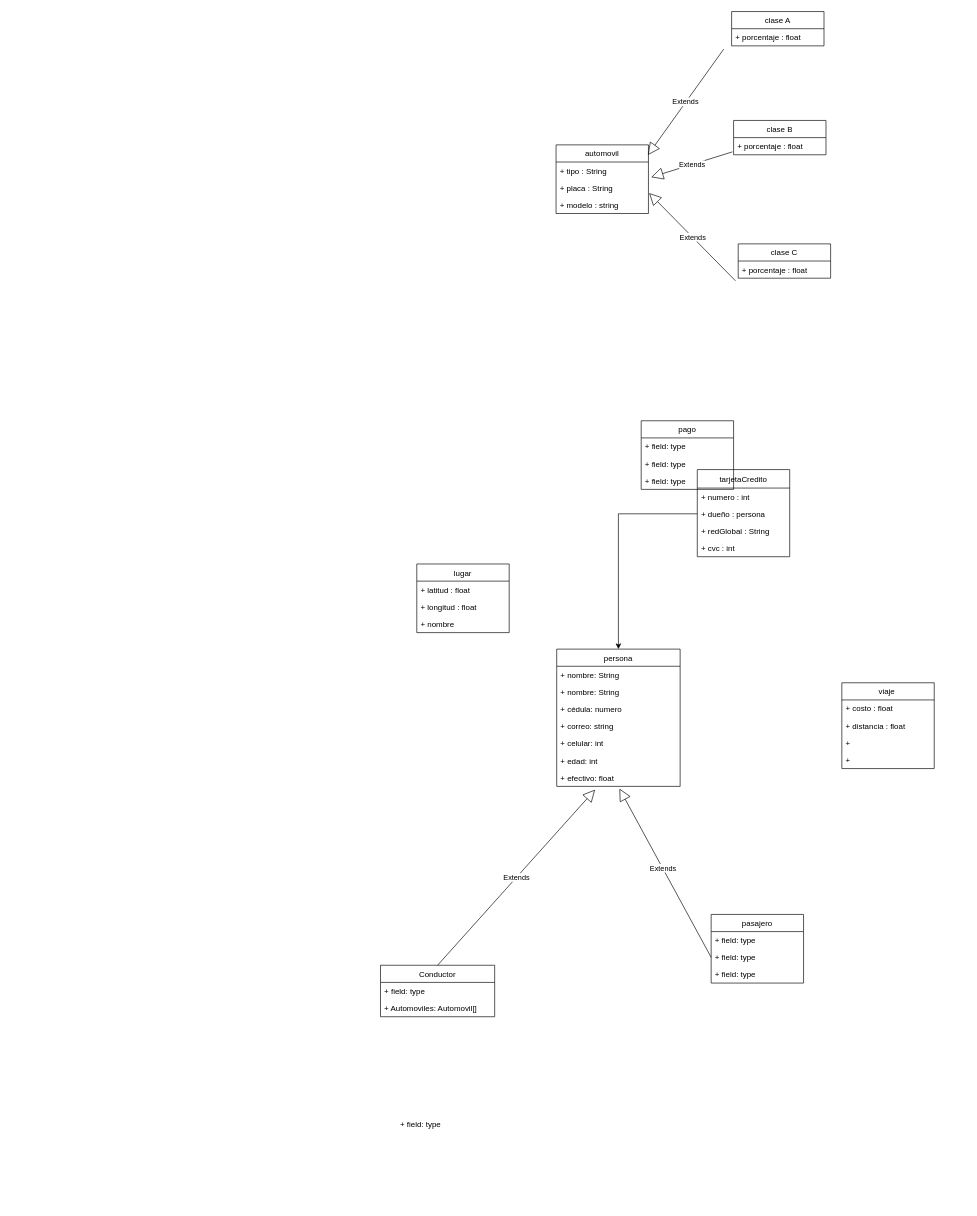
The draw.io diagram Untitled Diagram.drawio in DPOO2022-1-SEC04-G08/Taller2, before the edit. Source tidied: cells renumbered, new cells numbered last; positions are measured from the earlier drawing's top-left corner, leaving out a move shared by most shapes. Both pictures are drawn from the tidied source at 66%, with x=0, y=0 at pixel (380, 11).
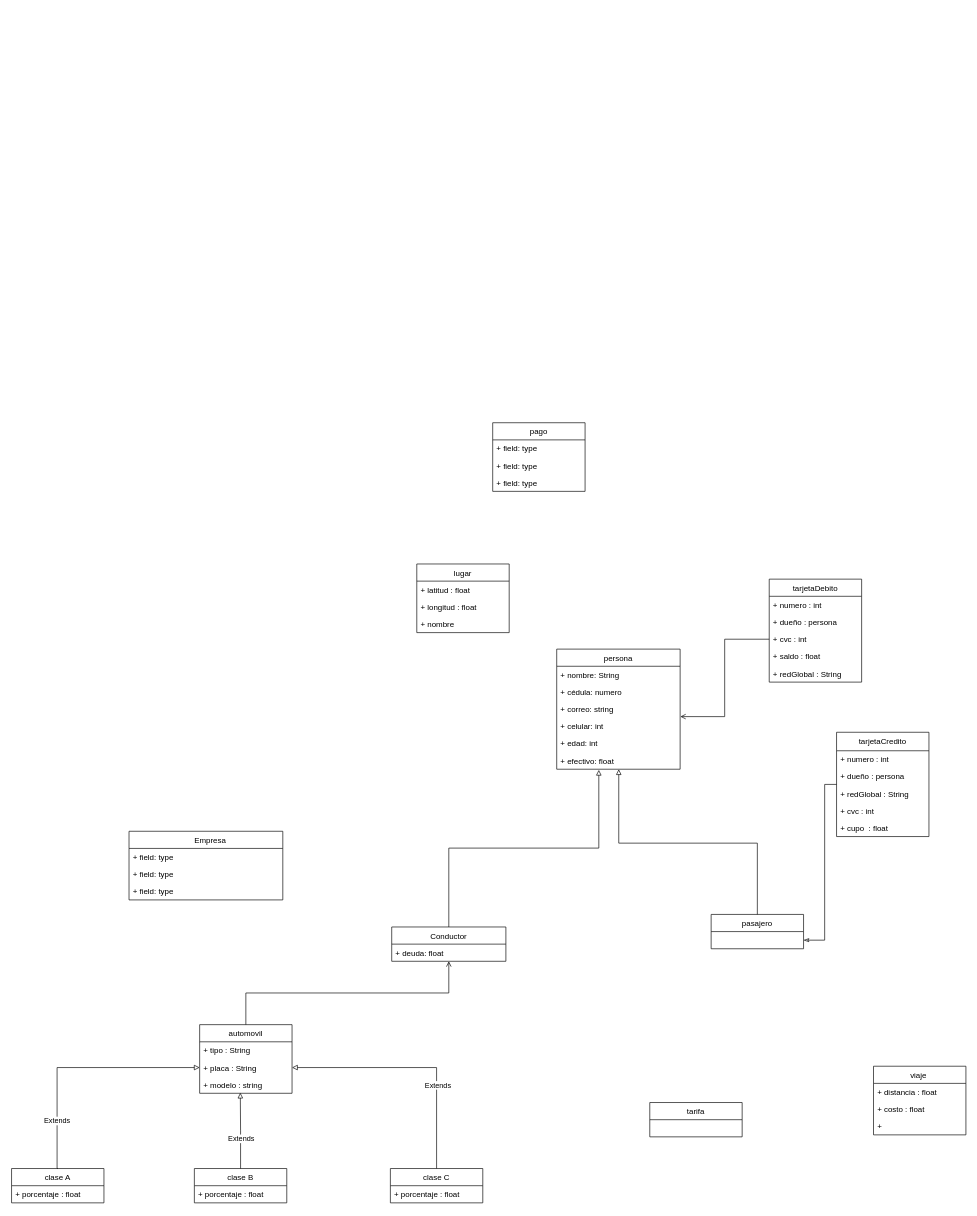
The same page after the edit.

The change refers to these unchanged cells:
```xml
<mxCell id="21" value="+ dueño : persona" style="text;strokeColor=none;fillColor=none;align=left;verticalAlign=top;spacingLeft=4;spacingRight=4;overflow=hidden;points=[[0,0.5],[1,0.5]];portConstraint=eastwest;" parent="19" vertex="1">
  <mxGeometry y="54" width="140" height="26" as="geometry" />
</mxCell>
<mxCell id="41" value="+ placa : String" style="text;strokeColor=none;fillColor=none;align=left;verticalAlign=top;spacingLeft=4;spacingRight=4;overflow=hidden;points=[[0,0.5],[1,0.5]];portConstraint=eastwest;" parent="39" vertex="1">
  <mxGeometry y="52" width="140" height="26" as="geometry" />
</mxCell>
<mxCell id="42" value="+ modelo : string " style="text;strokeColor=none;fillColor=none;align=left;verticalAlign=top;spacingLeft=4;spacingRight=4;overflow=hidden;points=[[0,0.5],[1,0.5]];portConstraint=eastwest;" parent="39" vertex="1">
  <mxGeometry y="78" width="140" height="26" as="geometry" />
</mxCell>
```

Diff of the diagram source:
```diff
@@
     <mxCell id="2" value="viaje " style="swimlane;fontStyle=0;horizontal=1;startSize=26;fillColor=none;" parent="1" vertex="1">
-      <mxGeometry x="699" y="1017" width="140" height="130" as="geometry" />
+      <mxGeometry x="747" y="1598" width="140" height="104" as="geometry" />
     </mxCell>
+    <mxCell id="4" value="+ distancia : float" style="text;strokeColor=none;fillColor=none;align=left;verticalAlign=top;spacingLeft=4;spacingRight=4;overflow=hidden;" parent="2" vertex="1">
+      <mxGeometry y="26" width="140" height="26" as="geometry" />
+    </mxCell>
     <mxCell id="3" value="+ costo : float&#10;" style="text;strokeColor=none;fillColor=none;align=left;verticalAlign=top;spacingLeft=4;spacingRight=4;overflow=hidden;" parent="2" vertex="1">
-      <mxGeometry y="26" width="140" height="26" as="geometry" />
+      <mxGeometry y="52" width="140" height="26" as="geometry" />
     </mxCell>
-    <mxCell id="4" value="+ distancia : float" style="text;strokeColor=none;fillColor=none;align=left;verticalAlign=top;spacingLeft=4;spacingRight=4;overflow=hidden;" parent="2" vertex="1">
-      <mxGeometry y="52" width="140" height="26" as="geometry" />
-    </mxCell>
-    <mxCell id="5" value="+  " style="text;strokeColor=none;fillColor=none;align=left;verticalAlign=top;spacingLeft=4;spacingRight=4;overflow=hidden;" parent="2" vertex="1">
-      <mxGeometry y="78" width="140" height="26" as="geometry" />
-    </mxCell>
     <mxCell id="6" value="+  " style="text;strokeColor=none;fillColor=none;align=left;verticalAlign=top;spacingLeft=4;spacingRight=4;overflow=hidden;" parent="2" vertex="1">
-      <mxGeometry y="104" width="140" height="26" as="geometry" />
+      <mxGeometry y="78" width="140" height="26" as="geometry" />
     </mxCell>
     <mxCell id="7" value="persona" style="swimlane;fontStyle=0;horizontal=1;startSize=26;fillColor=none;" parent="1" vertex="1">
-      <mxGeometry x="267" y="966" width="187" height="208" as="geometry" />
+      <mxGeometry x="267" y="966" width="187" height="182" as="geometry" />
     </mxCell>
@@
-    <mxCell id="9" value="+ nombre: String" style="text;strokeColor=none;fillColor=none;align=left;verticalAlign=top;spacingLeft=4;spacingRight=4;overflow=hidden;" parent="7" vertex="1">
-      <mxGeometry y="52" width="187" height="26" as="geometry" />
-    </mxCell>
     <mxCell id="10" value="+ cédula: numero" style="text;strokeColor=none;fillColor=none;align=left;verticalAlign=top;spacingLeft=4;spacingRight=4;overflow=hidden;" parent="7" vertex="1">
-      <mxGeometry y="78" width="187" height="26" as="geometry" />
+      <mxGeometry y="52" width="187" height="26" as="geometry" />
     </mxCell>
     <mxCell id="11" value="+ correo: string" style="text;strokeColor=none;fillColor=none;align=left;verticalAlign=top;spacingLeft=4;spacingRight=4;overflow=hidden;" parent="7" vertex="1">
-      <mxGeometry y="104" width="187" height="26" as="geometry" />
+      <mxGeometry y="78" width="187" height="26" as="geometry" />
     </mxCell>
     <mxCell id="12" value="+ celular: int" style="text;strokeColor=none;fillColor=none;align=left;verticalAlign=top;spacingLeft=4;spacingRight=4;overflow=hidden;points=[[0,0.5],[1,0.5]];portConstraint=eastwest;" parent="7" vertex="1">
-      <mxGeometry y="130" width="187" height="26" as="geometry" />
+      <mxGeometry y="104" width="187" height="26" as="geometry" />
     </mxCell>
     <mxCell id="13" value="+ edad: int" style="text;strokeColor=none;fillColor=none;align=left;verticalAlign=top;spacingLeft=4;spacingRight=4;overflow=hidden;" parent="7" vertex="1">
-      <mxGeometry y="156" width="187" height="26" as="geometry" />
+      <mxGeometry y="130" width="187" height="26" as="geometry" />
     </mxCell>
     <mxCell id="14" value="+ efectivo: float" style="text;strokeColor=none;fillColor=none;align=left;verticalAlign=top;spacingLeft=4;spacingRight=4;overflow=hidden;points=[[0,0.5],[1,0.5]];portConstraint=eastwest;" parent="7" vertex="1">
-      <mxGeometry y="182" width="187" height="26" as="geometry" />
+      <mxGeometry y="156" width="187" height="26" as="geometry" />
     </mxCell>
+    <mxCell id="52" style="edgeStyle=orthogonalEdgeStyle;rounded=0;jettySize=auto;html=1;exitX=0.5;exitY=0;exitDx=0;exitDy=0;endArrow=block;endFill=0;strokeWidth=1;" parent="1" edge="1" source="15" target="14">
+      <mxGeometry relative="1" as="geometry">
+        <Array as="points">
+          <mxPoint x="571" y="1260" />
+          <mxPoint x="361" y="1260" />
+        </Array>
+      </mxGeometry>
+    </mxCell>
     <mxCell id="15" value="pasajero" style="swimlane;fontStyle=0;horizontal=1;startSize=26;fillColor=none;" parent="1" vertex="1">
-      <mxGeometry x="501" y="1368" width="140" height="104" as="geometry" />
+      <mxGeometry x="501" y="1368" width="140" height="52" as="geometry" />
     </mxCell>
-    <mxCell id="16" value="+ field: type" style="text;strokeColor=none;fillColor=none;align=left;verticalAlign=top;spacingLeft=4;spacingRight=4;overflow=hidden;" parent="15" vertex="1">
-      <mxGeometry y="26" width="140" height="26" as="geometry" />
-    </mxCell>
-    <mxCell id="17" value="+ field: type" style="text;strokeColor=none;fillColor=none;align=left;verticalAlign=top;spacingLeft=4;spacingRight=4;overflow=hidden;points=[[0,0.5],[1,0.5]];portConstraint=eastwest;" parent="15" vertex="1">
-      <mxGeometry y="52" width="140" height="26" as="geometry" />
-    </mxCell>
-    <mxCell id="18" value="+ field: type" style="text;strokeColor=none;fillColor=none;align=left;verticalAlign=top;spacingLeft=4;spacingRight=4;overflow=hidden;" parent="15" vertex="1">
-      <mxGeometry y="78" width="140" height="26" as="geometry" />
-    </mxCell>
+    <mxCell id="53" style="edgeStyle=orthogonalEdgeStyle;rounded=0;jettySize=auto;html=1;entryX=1;entryY=0.5;entryDx=0;entryDy=0;endArrow=classicThin;endFill=0;" parent="1" edge="1" source="19">
+      <mxGeometry relative="1" as="geometry">
+        <mxPoint x="641" y="1407" as="targetPoint" />
+        <Array as="points">
+          <mxPoint x="673" y="1171" />
+          <mxPoint x="673" y="1407" />
+        </Array>
+      </mxGeometry>
+    </mxCell>
     <mxCell id="19" value="tarjetaCredito" style="swimlane;fontStyle=0;horizontal=1;startSize=28;fillColor=none;" parent="1" vertex="1">
-      <mxGeometry x="480" y="694" width="140" height="132" as="geometry" />
+      <mxGeometry x="691" y="1092" width="140" height="158" as="geometry" />
     </mxCell>
@@
+    <mxCell id="54" value="+ cvc : int " style="text;strokeColor=none;fillColor=none;align=left;verticalAlign=top;spacingLeft=4;spacingRight=4;overflow=hidden;" parent="19" vertex="1">
+      <mxGeometry y="106" width="140" height="26" as="geometry" />
+    </mxCell>
-    <mxCell id="23" value="+ cvc : int " style="text;strokeColor=none;fillColor=none;align=left;verticalAlign=top;spacingLeft=4;spacingRight=4;overflow=hidden;" parent="19" vertex="1">
-      <mxGeometry y="106" width="140" height="26" as="geometry" />
+    <mxCell id="23" value="+ cupo  : float " style="text;strokeColor=none;fillColor=none;align=left;verticalAlign=top;spacingLeft=4;spacingRight=4;overflow=hidden;" parent="19" vertex="1">
+      <mxGeometry y="132" width="140" height="26" as="geometry" />
     </mxCell>
+    <mxCell id="28" style="edgeStyle=orthogonalEdgeStyle;rounded=0;jettySize=auto;html=1;exitX=0.5;exitY=0;exitDx=0;exitDy=0;entryX=0.341;entryY=1.038;entryDx=0;entryDy=0;entryPerimeter=0;endArrow=block;endFill=0;strokeWidth=1;" parent="1" edge="1" source="24" target="14">
+      <mxGeometry relative="1" as="geometry" />
+    </mxCell>
     <mxCell id="24" value="Conductor" style="swimlane;fontStyle=0;horizontal=1;startSize=26;fillColor=none;" parent="1" vertex="1">
-      <mxGeometry y="1445" width="173" height="78" as="geometry" />
+      <mxGeometry x="17" y="1387" width="173" height="52" as="geometry" />
     </mxCell>
-    <mxCell id="25" value="+ field: type" style="text;strokeColor=none;fillColor=none;align=left;verticalAlign=top;spacingLeft=4;spacingRight=4;overflow=hidden;" parent="24" vertex="1">
-      <mxGeometry y="26" width="173" height="26" as="geometry" />
-    </mxCell>
-    <mxCell id="26" value="+ Automoviles: Automovil[]" style="text;strokeColor=none;fillColor=none;align=left;verticalAlign=top;spacingLeft=4;spacingRight=4;overflow=hidden;" parent="24" vertex="1">
-      <mxGeometry y="52" width="173" height="26" as="geometry" />
-    </mxCell>
-    <mxCell id="27" value="Extends" style="endArrow=block;endSize=16;endFill=0;html=1;rounded=0;exitX=0;exitY=0.5;exitDx=0;exitDy=0;entryX=0.508;entryY=1.131;entryDx=0;entryDy=0;entryPerimeter=0;" parent="1" edge="1" source="17" target="14">
-      <mxGeometry x="0.05" y="-1" relative="1" as="geometry">
-        <mxPoint x="-1" as="offset" />
-      </mxGeometry>
-    </mxCell>
-    <mxCell id="28" value="Extends" style="endArrow=block;endSize=16;endFill=0;html=1;rounded=0;exitX=0.5;exitY=0;exitDx=0;exitDy=0;entryX=0.311;entryY=1.192;entryDx=0;entryDy=0;entryPerimeter=0;" parent="1" edge="1" source="24" target="14">
-      <mxGeometry relative="1" as="geometry" />
-    </mxCell>
-    <mxCell id="29" value="+ field: type" style="text;strokeColor=none;fillColor=none;align=left;verticalAlign=top;spacingLeft=4;spacingRight=4;overflow=hidden;" parent="1" vertex="1">
-      <mxGeometry x="24" y="1672" width="140" height="26" as="geometry" />
-    </mxCell>
+    <mxCell id="55" value="+ deuda: float" style="text;strokeColor=none;fillColor=none;align=left;verticalAlign=top;spacingLeft=4;spacingRight=4;overflow=hidden;" parent="24" vertex="1">
+      <mxGeometry y="26" width="173" height="26" as="geometry" />
+    </mxCell>
@@
-    <mxCell id="34" style="edgeStyle=orthogonalEdgeStyle;rounded=0;jettySize=auto;html=1;exitX=0;exitY=0.5;exitDx=0;exitDy=0;entryX=0.5;entryY=0;entryDx=0;entryDy=0;" parent="1" edge="1" source="21" target="7">
-      <mxGeometry relative="1" as="geometry" />
-    </mxCell>
     <mxCell id="35" value="pago" style="swimlane;fontStyle=0;horizontal=1;startSize=26;fillColor=none;" parent="1" vertex="1">
-      <mxGeometry x="395" y="620" width="140" height="104" as="geometry" />
+      <mxGeometry x="170" y="623" width="140" height="104" as="geometry" />
     </mxCell>
@@
+    <mxCell id="56" style="edgeStyle=orthogonalEdgeStyle;rounded=0;jettySize=auto;html=1;exitX=0.5;exitY=0;exitDx=0;exitDy=0;entryX=0.5;entryY=1;entryDx=0;entryDy=0;endArrow=open;endFill=0;strokeWidth=1;" parent="1" edge="1" source="39" target="24">
+      <mxGeometry relative="1" as="geometry" />
+    </mxCell>
     <mxCell id="39" value="automovil" style="swimlane;fontStyle=0;horizontal=1;startSize=26;fillColor=none;" parent="1" vertex="1">
-      <mxGeometry x="266" y="202" width="140" height="104" as="geometry" />
+      <mxGeometry x="-274" y="1535" width="140" height="104" as="geometry" />
     </mxCell>
@@
+    <mxCell id="57" style="edgeStyle=orthogonalEdgeStyle;rounded=0;jettySize=auto;html=1;exitX=0.5;exitY=0;exitDx=0;exitDy=0;entryX=0;entryY=0.5;entryDx=0;entryDy=0;endArrow=block;endFill=0;strokeWidth=1;" parent="1" edge="1" source="43" target="41">
+      <mxGeometry relative="1" as="geometry">
+        <Array as="points">
+          <mxPoint x="-490" y="1600" />
+        </Array>
+      </mxGeometry>
+    </mxCell>
+    <mxCell id="58" value="Extends" style="edgeLabel;html=1;align=center;verticalAlign=middle;" parent="57" vertex="1">
+      <mxGeometry x="-0.6" y="1" relative="1" as="geometry" />
+    </mxCell>
     <mxCell id="43" value="clase A" style="swimlane;fontStyle=0;horizontal=1;startSize=26;fillColor=none;" parent="1" vertex="1">
-      <mxGeometry x="532" width="140" height="52" as="geometry" />
+      <mxGeometry x="-559" y="1753" width="140" height="52" as="geometry" />
     </mxCell>
-    <mxCell id="44" value="+ porcentaje : float" style="text;strokeColor=none;fillColor=none;align=left;verticalAlign=top;spacingLeft=4;spacingRight=4;overflow=hidden;" parent="43" vertex="1">
-      <mxGeometry y="26" width="140" height="26" as="geometry" />
-    </mxCell>
+    <mxCell id="59" value="+ porcentaje : float" style="text;strokeColor=none;fillColor=none;align=left;verticalAlign=top;spacingLeft=4;spacingRight=4;overflow=hidden;" parent="43" vertex="1">
+      <mxGeometry y="26" width="140" height="26" as="geometry" />
+    </mxCell>
+    <mxCell id="60" style="edgeStyle=orthogonalEdgeStyle;rounded=0;jettySize=auto;html=1;exitX=0.5;exitY=0;exitDx=0;exitDy=0;entryX=0.44;entryY=0.969;entryDx=0;entryDy=0;entryPerimeter=0;endArrow=block;endFill=0;strokeWidth=1;" parent="1" edge="1" source="45" target="42">
+      <mxGeometry relative="1" as="geometry" />
+    </mxCell>
+    <mxCell id="61" value="Extends" style="edgeLabel;html=1;align=center;verticalAlign=middle;" parent="60" vertex="1">
+      <mxGeometry x="-0.2" relative="1" as="geometry" />
+    </mxCell>
     <mxCell id="45" value="clase B" style="swimlane;fontStyle=0;horizontal=1;startSize=26;fillColor=none;" parent="1" vertex="1">
-      <mxGeometry x="535" y="165" width="140" height="52" as="geometry" />
+      <mxGeometry x="-282" y="1753" width="140" height="52" as="geometry" />
     </mxCell>
-    <mxCell id="46" value="+ porcentaje : float" style="text;strokeColor=none;fillColor=none;align=left;verticalAlign=top;spacingLeft=4;spacingRight=4;overflow=hidden;" parent="45" vertex="1">
-      <mxGeometry y="26" width="140" height="26" as="geometry" />
-    </mxCell>
+    <mxCell id="62" value="+ porcentaje : float" style="text;strokeColor=none;fillColor=none;align=left;verticalAlign=top;spacingLeft=4;spacingRight=4;overflow=hidden;" parent="45" vertex="1">
+      <mxGeometry y="26" width="140" height="26" as="geometry" />
+    </mxCell>
+    <mxCell id="63" style="edgeStyle=orthogonalEdgeStyle;rounded=0;jettySize=auto;html=1;exitX=0.5;exitY=0;exitDx=0;exitDy=0;entryX=1;entryY=0.5;entryDx=0;entryDy=0;endArrow=block;endFill=0;strokeWidth=1;" parent="1" edge="1" source="47" target="41">
+      <mxGeometry relative="1" as="geometry" />
+    </mxCell>
+    <mxCell id="64" value="Extends&lt;br&gt;" style="edgeLabel;html=1;align=center;verticalAlign=middle;" parent="63" vertex="1">
+      <mxGeometry x="-0.09" y="2" relative="1" as="geometry">
+        <mxPoint x="17" y="24" as="offset" />
+      </mxGeometry>
+    </mxCell>
     <mxCell id="47" value="clase C" style="swimlane;fontStyle=0;horizontal=1;startSize=26;fillColor=none;" parent="1" vertex="1">
-      <mxGeometry x="542" y="352" width="140" height="52" as="geometry" />
+      <mxGeometry x="15" y="1753" width="140" height="52" as="geometry" />
     </mxCell>
-    <mxCell id="48" value="+ porcentaje : float" style="text;strokeColor=none;fillColor=none;align=left;verticalAlign=top;spacingLeft=4;spacingRight=4;overflow=hidden;" parent="47" vertex="1">
-      <mxGeometry y="26" width="140" height="26" as="geometry" />
-    </mxCell>
-    <mxCell id="49" value="Extends" style="endArrow=block;endSize=16;endFill=0;html=1;rounded=0;entryX=0.994;entryY=0.148;entryDx=0;entryDy=0;entryPerimeter=0;" parent="1" edge="1" target="39">
-      <mxGeometry relative="1" as="geometry">
-        <mxPoint x="520" y="57" as="sourcePoint" />
-      </mxGeometry>
-    </mxCell>
-    <mxCell id="50" value="Extends" style="endArrow=block;endSize=16;endFill=0;html=1;rounded=0;entryX=1.029;entryY=-0.115;entryDx=0;entryDy=0;entryPerimeter=0;exitX=-0.013;exitY=-0.169;exitDx=0;exitDy=0;exitPerimeter=0;" parent="1" edge="1" target="41">
-      <mxGeometry relative="1" as="geometry">
-        <mxPoint x="533.2" y="212.6" as="sourcePoint" />
-      </mxGeometry>
-    </mxCell>
-    <mxCell id="51" value="Extends" style="endArrow=block;endSize=16;endFill=0;html=1;rounded=0;exitX=-0.029;exitY=0.154;exitDx=0;exitDy=0;exitPerimeter=0;" parent="1" edge="1">
-      <mxGeometry relative="1" as="geometry">
-        <mxPoint x="537.9" y="408" as="sourcePoint" />
-        <mxPoint x="407" y="275" as="targetPoint" />
-      </mxGeometry>
-    </mxCell>
+    <mxCell id="65" value="+ porcentaje : float" style="text;strokeColor=none;fillColor=none;align=left;verticalAlign=top;spacingLeft=4;spacingRight=4;overflow=hidden;" parent="47" vertex="1">
+      <mxGeometry y="26" width="140" height="26" as="geometry" />
+    </mxCell>
+    <mxCell id="66" value="tarjetaDebito" style="swimlane;fontStyle=0;horizontal=1;startSize=26;fillColor=none;" parent="1" vertex="1">
+      <mxGeometry x="589" y="860" width="140" height="156" as="geometry" />
+    </mxCell>
+    <mxCell id="67" value="+ numero : int" style="text;strokeColor=none;fillColor=none;align=left;verticalAlign=top;spacingLeft=4;spacingRight=4;overflow=hidden;" parent="66" vertex="1">
+      <mxGeometry y="26" width="140" height="26" as="geometry" />
+    </mxCell>
+    <mxCell id="68" value="+ dueño : persona" style="text;strokeColor=none;fillColor=none;align=left;verticalAlign=top;spacingLeft=4;spacingRight=4;overflow=hidden;" parent="66" vertex="1">
+      <mxGeometry y="52" width="140" height="26" as="geometry" />
+    </mxCell>
+    <mxCell id="69" value="+ cvc : int " style="text;strokeColor=none;fillColor=none;align=left;verticalAlign=top;spacingLeft=4;spacingRight=4;overflow=hidden;points=[[0,0.5],[1,0.5]];portConstraint=eastwest;" parent="66" vertex="1">
+      <mxGeometry y="78" width="140" height="26" as="geometry" />
+    </mxCell>
+    <mxCell id="70" value="+ saldo : float" style="text;strokeColor=none;fillColor=none;align=left;verticalAlign=top;spacingLeft=4;spacingRight=4;overflow=hidden;" parent="66" vertex="1">
+      <mxGeometry y="104" width="140" height="26" as="geometry" />
+    </mxCell>
+    <mxCell id="71" value="+ redGlobal : String" style="text;strokeColor=none;fillColor=none;align=left;verticalAlign=top;spacingLeft=4;spacingRight=4;overflow=hidden;" parent="66" vertex="1">
+      <mxGeometry y="130" width="140" height="26" as="geometry" />
+    </mxCell>
+    <mxCell id="72" value="tarifa" style="swimlane;fontStyle=0;horizontal=1;startSize=26;fillColor=none;" parent="1" vertex="1">
+      <mxGeometry x="408" y="1653" width="140" height="52" as="geometry" />
+    </mxCell>
+    <mxCell id="73" style="edgeStyle=orthogonalEdgeStyle;rounded=0;jettySize=auto;html=1;entryX=1.002;entryY=-0.067;entryDx=0;entryDy=0;entryPerimeter=0;endArrow=open;endFill=0;strokeWidth=1;" parent="1" edge="1" source="69" target="12">
+      <mxGeometry relative="1" as="geometry" />
+    </mxCell>
+    <mxCell id="74" style="edgeStyle=orthogonalEdgeStyle;rounded=0;orthogonalLoop=1;jettySize=auto;html=1;endArrow=open;endFill=0;strokeWidth=1;" parent="1" edge="1">
+      <mxGeometry relative="1" as="geometry">
+        <mxPoint x="189.3" y="1433" as="targetPoint" />
+      </mxGeometry>
+    </mxCell>
+    <mxCell id="75" value="    Empresa" style="swimlane;fontStyle=0;horizontal=1;startSize=26;fillColor=none;" parent="1" vertex="1">
+      <mxGeometry x="-381" y="1242" width="233" height="104" as="geometry" />
+    </mxCell>
+    <mxCell id="76" value="+ field: type" style="text;strokeColor=none;fillColor=none;align=left;verticalAlign=top;spacingLeft=4;spacingRight=4;overflow=hidden;" parent="75" vertex="1">
+      <mxGeometry y="26" width="233" height="26" as="geometry" />
+    </mxCell>
+    <mxCell id="77" value="+ field: type" style="text;strokeColor=none;fillColor=none;align=left;verticalAlign=top;spacingLeft=4;spacingRight=4;overflow=hidden;" parent="75" vertex="1">
+      <mxGeometry y="52" width="233" height="26" as="geometry" />
+    </mxCell>
+    <mxCell id="78" value="+ field: type" style="text;strokeColor=none;fillColor=none;align=left;verticalAlign=top;spacingLeft=4;spacingRight=4;overflow=hidden;" parent="75" vertex="1">
+      <mxGeometry y="78" width="233" height="26" as="geometry" />
+    </mxCell>
```
